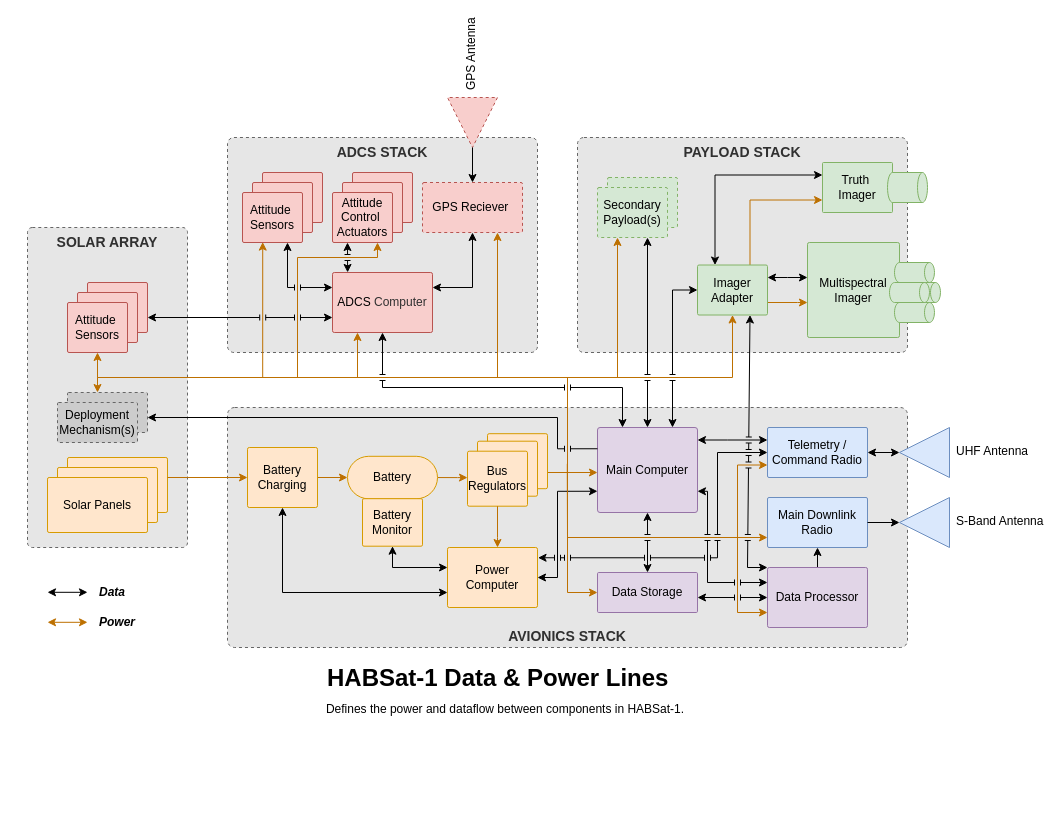
Earlier version of the draw.io diagram page "Flight Element" (2 of 15) of Design_Diagrams/design_diagrams.drawio (mezosauce/CubeCatsSeniorDesign). Source tidied: cells renumbered, new cells numbered last; positions are measured from the earlier drawing's top-left corner, leaving out a move shared by most shapes. Both pictures are drawn from the tidied source at 100%, with x=0, y=0 at pixel (17, 97).
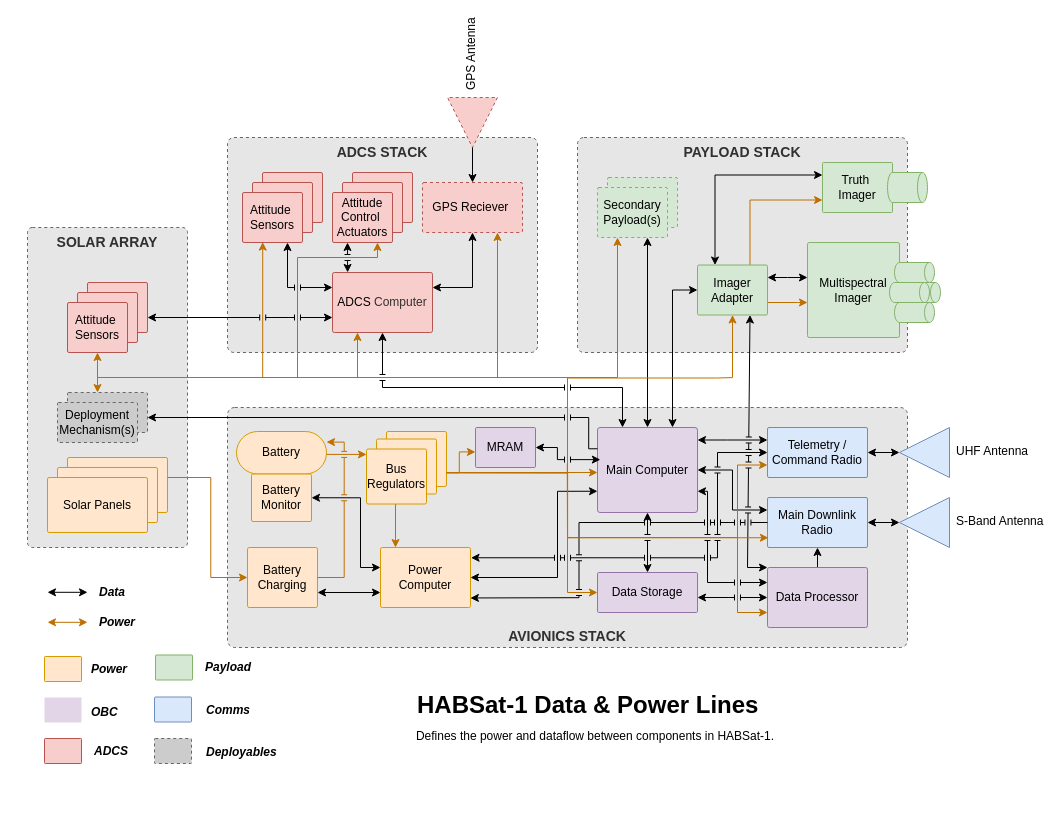
The same page after the edit.

The change refers to these unchanged cells:
```xml
<mxCell id="9" value="Main Computer" style="rounded=1;whiteSpace=wrap;html=1;arcSize=3;fillColor=#e1d5e7;strokeColor=#9673a6;fontFamily=Helvetica;" parent="1" vertex="1">
  <mxGeometry x="580" y="330" width="100" height="85" as="geometry" />
</mxCell>
<mxCell id="10" value="Data Storage" style="rounded=1;whiteSpace=wrap;html=1;arcSize=3;fillColor=#e1d5e7;strokeColor=#9673a6;fontFamily=Helvetica;" parent="1" vertex="1">
  <mxGeometry x="580" y="475" width="100" height="40" as="geometry" />
</mxCell>
<mxCell id="12" value="Main Downlink Radio" style="rounded=1;whiteSpace=wrap;html=1;arcSize=3;fillColor=#dae8fc;strokeColor=#6c8ebf;fontFamily=Helvetica;" parent="1" vertex="1">
  <mxGeometry x="750" y="400" width="100" height="50" as="geometry" />
</mxCell>
<mxCell id="19" value="Attitude&amp;nbsp;&lt;div&gt;Sensors&lt;/div&gt;" style="rounded=1;whiteSpace=wrap;html=1;arcSize=3;fillColor=#f8cecc;strokeColor=#b85450;fontFamily=Helvetica;" parent="16" vertex="1">
  <mxGeometry y="20" width="60" height="50" as="geometry" />
</mxCell>
<mxCell id="23" value="Attitude Control&amp;nbsp;&lt;div&gt;Actuators&lt;/div&gt;" style="rounded=1;whiteSpace=wrap;html=1;arcSize=3;fillColor=#f8cecc;strokeColor=#b85450;fontFamily=Helvetica;" parent="20" vertex="1">
  <mxGeometry y="20" width="60" height="50" as="geometry" />
</mxCell>
<mxCell id="30" style="rounded=1;whiteSpace=wrap;html=1;arcSize=3;fillColor=#ffe6cc;strokeColor=#d79b00;fontFamily=Helvetica;" parent="29" vertex="1">
  <mxGeometry x="20" width="100" height="55" as="geometry" />
</mxCell>
<mxCell id="37" value="Secondary Payload(s)" style="rounded=1;whiteSpace=wrap;html=1;arcSize=3;fillColor=#d5e8d4;strokeColor=#82b366;fontFamily=Helvetica;dashed=1;" parent="35" vertex="1">
  <mxGeometry y="10" width="70" height="50" as="geometry" />
</mxCell>
<mxCell id="42" value="Imager Adapter" style="rounded=1;whiteSpace=wrap;html=1;arcSize=3;fillColor=#d5e8d4;strokeColor=#82b366;fontFamily=Helvetica;" parent="1" vertex="1">
  <mxGeometry x="680" y="167.5" width="70" height="50" as="geometry" />
</mxCell>
<mxCell id="47" value="S-Band Antenna" style="verticalLabelPosition=bottom;verticalAlign=top;html=1;shape=mxgraph.basic.acute_triangle;dx=0.5;rotation=-90;horizontal=1;textDirection=vertical-rl;fillColor=#dae8fc;strokeColor=#6c8ebf;fontFamily=Helvetica;" parent="1" vertex="1">
  <mxGeometry x="882" y="400" width="50" height="50" as="geometry" />
</mxCell>
<mxCell id="76" style="rounded=1;whiteSpace=wrap;html=1;arcSize=3;fillColor=#CCCCCC;strokeColor=#666666;fontFamily=Helvetica;gradientColor=none;dashed=1;" parent="75" vertex="1">
  <mxGeometry x="10" y="20" width="80" height="40" as="geometry" />
</mxCell>
```

Diff of the diagram source:
```diff
@@
     <mxCell id="3" style="rounded=0;whiteSpace=wrap;html=1;strokeColor=none;" parent="1" vertex="1">
-      <mxGeometry y="250" width="10" height="60" as="geometry" />
+      <mxGeometry y="201" width="10" height="60" as="geometry" />
     </mxCell>
@@
+    <mxCell id="108" style="edgeStyle=orthogonalEdgeStyle;rounded=0;jettySize=auto;html=1;exitX=1;exitY=0.5;exitDx=0;exitDy=0;entryX=0;entryY=0.25;entryDx=0;entryDy=0;startArrow=classic;startFill=1;" parent="1" edge="1" source="9" target="12">
+      <mxGeometry relative="1" as="geometry" />
+    </mxCell>
@@
     <mxCell id="13" value="Power Computer" style="rounded=1;whiteSpace=wrap;html=1;arcSize=3;fillColor=#ffe6cc;strokeColor=#d79b00;fontFamily=Helvetica;" parent="1" vertex="1">
-      <mxGeometry x="430" y="450" width="90" height="60" as="geometry" />
+      <mxGeometry x="363" y="450" width="90" height="60" as="geometry" />
     </mxCell>
@@
-    <mxCell id="24" style="edgeStyle=orthogonalEdgeStyle;rounded=0;jettySize=auto;html=1;exitX=1;exitY=0.5;exitDx=0;exitDy=0;entryX=0;entryY=0.5;entryDx=0;entryDy=0;fillColor=#f0a30a;strokeColor=#BD7000;" parent="1" edge="1" source="26" target="28">
-      <mxGeometry relative="1" as="geometry" />
-    </mxCell>
-    <mxCell id="25" style="edgeStyle=orthogonalEdgeStyle;rounded=0;jettySize=auto;html=1;exitX=0.5;exitY=1;exitDx=0;exitDy=0;entryX=0;entryY=0.75;entryDx=0;entryDy=0;startArrow=classic;startFill=1;" parent="1" edge="1" source="26" target="13">
+    <mxCell id="25" style="edgeStyle=orthogonalEdgeStyle;rounded=0;jettySize=auto;html=1;exitX=1;exitY=0.75;exitDx=0;exitDy=0;entryX=0;entryY=0.75;entryDx=0;entryDy=0;startArrow=classic;startFill=1;" parent="1" edge="1" source="26" target="13">
       <mxGeometry relative="1" as="geometry" />
     </mxCell>
     <mxCell id="26" value="Battery Charging" style="rounded=1;whiteSpace=wrap;html=1;arcSize=3;fillColor=#ffe6cc;strokeColor=#d79b00;fontFamily=Helvetica;" parent="1" vertex="1">
-      <mxGeometry x="230" y="350" width="70" height="60" as="geometry" />
+      <mxGeometry x="230" y="450" width="70" height="60" as="geometry" />
     </mxCell>
     <mxCell id="27" style="edgeStyle=orthogonalEdgeStyle;rounded=0;jettySize=auto;html=1;exitX=1;exitY=0.5;exitDx=0;exitDy=0;fillColor=#f0a30a;strokeColor=#BD7000;" parent="1" edge="1" source="28" target="88">
-      <mxGeometry relative="1" as="geometry">
+      <mxGeometry x="-0.44" relative="1" as="geometry">
         <Array as="points">
-          <mxPoint x="440" y="380" />
-          <mxPoint x="440" y="380" />
+          <mxPoint x="309" y="356.9" />
         </Array>
       </mxGeometry>
     </mxCell>
-    <mxCell id="28" value="Battery" style="rounded=1;whiteSpace=wrap;html=1;arcSize=50;fillColor=#ffe6cc;strokeColor=#d79b00;fontFamily=Helvetica;" parent="1" vertex="1">
-      <mxGeometry x="330" y="358.8" width="90" height="42.5" as="geometry" />
-    </mxCell>
@@
-    <mxCell id="33" style="edgeStyle=orthogonalEdgeStyle;rounded=0;jettySize=auto;html=1;exitX=0.5;exitY=1;exitDx=0;exitDy=0;startArrow=classic;startFill=1;" parent="1" edge="1" source="34" target="13">
+    <mxCell id="33" style="edgeStyle=orthogonalEdgeStyle;rounded=0;jettySize=auto;html=1;exitX=1;exitY=0.5;exitDx=0;exitDy=0;startArrow=classic;startFill=1;" parent="1" edge="1" source="34" target="13">
       <mxGeometry relative="1" as="geometry">
         <Array as="points">
-          <mxPoint x="375" y="470" />
+          <mxPoint x="343" y="400.3" />
+          <mxPoint x="343" y="470" />
         </Array>
       </mxGeometry>
     </mxCell>
-    <mxCell id="34" value="Battery Monitor" style="rounded=1;whiteSpace=wrap;html=1;arcSize=3;fillColor=#ffe6cc;strokeColor=#d79b00;fontFamily=Helvetica;" parent="1" vertex="1">
-      <mxGeometry x="345" y="401.2" width="60" height="47.5" as="geometry" />
-    </mxCell>
@@
-    <mxCell id="55" style="edgeStyle=orthogonalEdgeStyle;rounded=0;jettySize=auto;html=1;exitX=1;exitY=0.5;exitDx=0;exitDy=0;entryX=0;entryY=0;entryDx=25;entryDy=0;entryPerimeter=0;startArrow=none;startFill=0;" parent="1" edge="1" source="12" target="47">
+    <mxCell id="55" style="edgeStyle=orthogonalEdgeStyle;rounded=0;jettySize=auto;html=1;exitX=1;exitY=0.5;exitDx=0;exitDy=0;entryX=0;entryY=0;entryDx=25;entryDy=0;entryPerimeter=0;startArrow=classic;startFill=1;" parent="1" edge="1" source="12" target="47">
       <mxGeometry relative="1" as="geometry" />
     </mxCell>
-    <mxCell id="56" style="edgeStyle=orthogonalEdgeStyle;rounded=0;jettySize=auto;html=1;exitX=1;exitY=0.5;exitDx=0;exitDy=0;strokeWidth=1;strokeColor=#BD7000;fillColor=#f0a30a;" parent="1" edge="1" source="87" target="9">
+    <mxCell id="56" style="edgeStyle=orthogonalEdgeStyle;rounded=0;jettySize=auto;html=1;strokeWidth=1;strokeColor=#BD7000;fillColor=#f0a30a;" parent="1" edge="1" target="9">
       <mxGeometry relative="1" as="geometry">
+        <mxPoint x="509.7" y="375" as="sourcePoint" />
         <Array as="points">
           <mxPoint x="550" y="375" />
           <mxPoint x="550" y="375" />
         </Array>
       </mxGeometry>
     </mxCell>
-    <mxCell id="57" style="edgeStyle=orthogonalEdgeStyle;rounded=0;jettySize=auto;html=1;entryX=0;entryY=0.5;entryDx=0;entryDy=0;exitX=1;exitY=0.5;exitDx=0;exitDy=0;strokeColor=#BD7000;fillColor=#f0a30a;strokeWidth=1;jumpStyle=none;" parent="1" edge="1" source="87" target="10">
+    <mxCell id="57" style="edgeStyle=orthogonalEdgeStyle;rounded=0;jettySize=auto;html=1;entryX=0;entryY=0.5;entryDx=0;entryDy=0;strokeColor=#BD7000;fillColor=#f0a30a;strokeWidth=1;jumpStyle=none;" parent="1" edge="1" target="10">
       <mxGeometry relative="1" as="geometry">
+        <mxPoint x="449.6" y="375" as="sourcePoint" />
         <Array as="points">
           <mxPoint x="520" y="375" />
           <mxPoint x="550" y="375" />
           <mxPoint x="550" y="495" />
         </Array>
       </mxGeometry>
     </mxCell>
-    <mxCell id="58" style="edgeStyle=orthogonalEdgeStyle;rounded=0;jettySize=auto;html=1;exitX=1;exitY=0.5;exitDx=0;exitDy=0;entryX=0.75;entryY=1;entryDx=0;entryDy=0;strokeColor=#BD7000;strokeWidth=1;fillColor=#f0a30a;" parent="1" edge="1" source="87" target="23">
-      <mxGeometry relative="1" as="geometry">
+    <mxCell id="58" style="edgeStyle=orthogonalEdgeStyle;rounded=0;jettySize=auto;html=1;entryX=0.75;entryY=1;entryDx=0;entryDy=0;strokeColor=#BD7000;strokeWidth=1;fillColor=#f0a30a;" parent="1" edge="1" target="23">
+      <mxGeometry x="-0.05" relative="1" as="geometry">
+        <mxPoint x="443.7" y="375" as="sourcePoint" />
         <Array as="points">
           <mxPoint x="520" y="375" />
           <mxPoint x="550" y="375" />
           <mxPoint x="550" y="280" />
           <mxPoint x="280" y="280" />
           <mxPoint x="280" y="160" />
           <mxPoint x="360" y="160" />
         </Array>
       </mxGeometry>
     </mxCell>
-    <mxCell id="59" style="edgeStyle=orthogonalEdgeStyle;rounded=0;jettySize=auto;html=1;exitX=1;exitY=0.5;exitDx=0;exitDy=0;entryX=0.337;entryY=0.992;entryDx=0;entryDy=0;strokeColor=#BD7000;strokeWidth=1;fillColor=#f0a30a;entryPerimeter=0;" parent="1" edge="1" source="87" target="19">
+    <mxCell id="59" style="edgeStyle=orthogonalEdgeStyle;rounded=0;jettySize=auto;html=1;entryX=0.337;entryY=0.992;entryDx=0;entryDy=0;strokeColor=#BD7000;strokeWidth=1;fillColor=#f0a30a;entryPerimeter=0;" parent="1" edge="1" target="19">
       <mxGeometry relative="1" as="geometry">
+        <mxPoint x="498.7" y="375" as="sourcePoint" />
         <Array as="points">
           <mxPoint x="520" y="375" />
           <mxPoint x="550" y="375" />
           <mxPoint x="550" y="280" />
           <mxPoint x="245.2" y="280" />
         </Array>
       </mxGeometry>
     </mxCell>
-    <mxCell id="60" style="edgeStyle=orthogonalEdgeStyle;rounded=0;jettySize=auto;html=1;exitX=1;exitY=0.5;exitDx=0;exitDy=0;strokeColor=#BD7000;strokeWidth=1;fillColor=#f0a30a;" parent="1" edge="1" source="87" target="37">
+    <mxCell id="60" style="edgeStyle=orthogonalEdgeStyle;rounded=0;jettySize=auto;html=1;exitX=1;exitY=0.5;exitDx=0;exitDy=0;strokeColor=#BD7000;strokeWidth=1;fillColor=#f0a30a;" parent="1" edge="1" target="37">
       <mxGeometry relative="1" as="geometry">
+        <mxPoint x="423" y="359" as="sourcePoint" />
         <Array as="points">
           <mxPoint x="550" y="375" />
           <mxPoint x="550" y="280" />
           <mxPoint x="600" y="280" />
         </Array>
       </mxGeometry>
     </mxCell>
-    <mxCell id="61" style="edgeStyle=orthogonalEdgeStyle;rounded=0;jettySize=auto;html=1;entryX=0.5;entryY=1;entryDx=0;entryDy=0;strokeColor=#BD7000;strokeWidth=1;fillColor=#f0a30a;" parent="1" edge="1" source="87" target="42">
-      <mxGeometry relative="1" as="geometry">
-        <Array as="points">
-          <mxPoint x="550" y="375" />
-          <mxPoint x="550" y="280" />
-          <mxPoint x="715" y="280" />
-        </Array>
-      </mxGeometry>
-    </mxCell>
@@
-    <mxCell id="67" style="edgeStyle=orthogonalEdgeStyle;rounded=0;jettySize=auto;html=1;fillColor=#f0a30a;strokeColor=#BD7000;" parent="1" edge="1" source="30" target="26">
-      <mxGeometry relative="1" as="geometry">
-        <Array as="points">
-          <mxPoint x="170" y="380" />
-          <mxPoint x="170" y="380" />
-        </Array>
-      </mxGeometry>
-    </mxCell>
-    <mxCell id="68" style="edgeStyle=orthogonalEdgeStyle;rounded=0;jettySize=auto;html=1;exitX=1;exitY=0.5;exitDx=0;exitDy=0;fillColor=#f0a30a;strokeColor=#BD7000;" parent="1" edge="1" source="87" target="12">
-      <mxGeometry relative="1" as="geometry">
-        <Array as="points">
-          <mxPoint x="550" y="375" />
-          <mxPoint x="550" y="440" />
-        </Array>
-      </mxGeometry>
-    </mxCell>
@@
-    <mxCell id="78" style="edgeStyle=orthogonalEdgeStyle;rounded=0;jettySize=auto;html=1;exitX=1;exitY=0.5;exitDx=0;exitDy=0;fillColor=#f0a30a;strokeColor=#BD7000;" parent="1" edge="1" source="87" target="76">
-      <mxGeometry relative="1" as="geometry">
+    <mxCell id="78" style="edgeStyle=orthogonalEdgeStyle;rounded=0;jettySize=auto;html=1;fillColor=#f0a30a;strokeColor=#BD7000;exitX=1;exitY=0.5;exitDx=0;exitDy=0;" parent="1" edge="1" source="86" target="76">
+      <mxGeometry x="-0.39" relative="1" as="geometry">
         <Array as="points">
+          <mxPoint x="429" y="375" />
           <mxPoint x="550" y="375" />
           <mxPoint x="550" y="280" />
           <mxPoint x="80" y="280" />
         </Array>
       </mxGeometry>
     </mxCell>
     <mxCell id="79" style="edgeStyle=orthogonalEdgeStyle;rounded=0;jettySize=auto;html=1;exitX=0;exitY=0.25;exitDx=0;exitDy=0;jumpStyle=line;" parent="1" edge="1" source="9" target="76">
       <mxGeometry relative="1" as="geometry">
         <Array as="points">
-          <mxPoint x="540" y="351" />
-          <mxPoint x="540" y="320" />
+          <mxPoint x="571.2" y="351.3" />
+          <mxPoint x="571.2" y="320" />
         </Array>
       </mxGeometry>
     </mxCell>
@@
-    <mxCell id="85" style="group;" parent="1" vertex="1">
-      <mxGeometry x="450" y="336.2" width="80" height="72.5" as="geometry" />
-    </mxCell>
-    <mxCell id="86" style="rounded=1;whiteSpace=wrap;html=1;arcSize=3;fillColor=#ffe6cc;strokeColor=#d79b00;fontFamily=Helvetica;" parent="85" vertex="1">
-      <mxGeometry x="20" width="60" height="55" as="geometry" />
-    </mxCell>
-    <mxCell id="87" style="rounded=1;whiteSpace=wrap;html=1;arcSize=3;fillColor=#ffe6cc;strokeColor=#d79b00;fontFamily=Helvetica;" parent="85" vertex="1">
-      <mxGeometry x="10" y="7.5" width="60" height="55" as="geometry" />
-    </mxCell>
-    <mxCell id="88" value="Bus Regulators" style="rounded=1;whiteSpace=wrap;html=1;arcSize=3;fillColor=#ffe6cc;strokeColor=#d79b00;fontFamily=Helvetica;" parent="85" vertex="1">
-      <mxGeometry y="17.5" width="60" height="55" as="geometry" />
-    </mxCell>
@@
     <mxCell id="93" style="edgeStyle=orthogonalEdgeStyle;rounded=0;jettySize=auto;html=1;exitX=0.5;exitY=1;exitDx=0;exitDy=0;fillColor=#f0a30a;strokeColor=#BD7000;" parent="1" edge="1" source="88" target="13">
-      <mxGeometry relative="1" as="geometry">
+      <mxGeometry x="-0.12" relative="1" as="geometry">
         <Array as="points">
-          <mxPoint x="480" y="440" />
-          <mxPoint x="480" y="440" />
+          <mxPoint x="378" y="406.5" />
         </Array>
       </mxGeometry>
     </mxCell>
@@
     <mxCell id="105" style="group;" parent="1" vertex="1">
-      <mxGeometry x="248" y="560" width="480" height="120" as="geometry" />
+      <mxGeometry x="338" y="587" width="480" height="120" as="geometry" />
     </mxCell>
@@
+    <mxCell id="109" style="rounded=1;whiteSpace=wrap;html=1;arcSize=3;fillColor=#ffe6cc;strokeColor=#d79b00;fontFamily=Helvetica;" parent="1" vertex="1">
+      <mxGeometry x="27" y="559" width="37" height="25" as="geometry" />
+    </mxCell>
+    <mxCell id="110" style="rounded=1;whiteSpace=wrap;html=1;arcSize=3;fillColor=#e1d5e7;strokeColor=none;fontFamily=Helvetica;" parent="1" vertex="1">
+      <mxGeometry x="27" y="600" width="37" height="25" as="geometry" />
+    </mxCell>
+    <mxCell id="111" style="rounded=1;whiteSpace=wrap;html=1;arcSize=3;fillColor=#f8cecc;strokeColor=#b85450;fontFamily=Helvetica;" parent="1" vertex="1">
+      <mxGeometry x="27" y="641" width="37" height="25" as="geometry" />
+    </mxCell>
+    <mxCell id="112" value="&lt;div&gt;&lt;b&gt;&lt;i&gt;Power&lt;/i&gt;&lt;/b&gt;&lt;/div&gt;" style="text;html=1;align=left;verticalAlign=middle;whiteSpace=wrap;rounded=0;" parent="1" vertex="1">
+      <mxGeometry x="72" y="556.5" width="43" height="30" as="geometry" />
+    </mxCell>
+    <mxCell id="113" value="&lt;div&gt;&lt;b&gt;&lt;i&gt;OBC&lt;/i&gt;&lt;/b&gt;&lt;/div&gt;" style="text;html=1;align=left;verticalAlign=middle;whiteSpace=wrap;rounded=0;" parent="1" vertex="1">
+      <mxGeometry x="71.5" y="600" width="43" height="30" as="geometry" />
+    </mxCell>
+    <mxCell id="114" value="&lt;div&gt;&lt;b&gt;&lt;i&gt;ADCS&lt;/i&gt;&lt;/b&gt;&lt;/div&gt;" style="text;html=1;align=left;verticalAlign=middle;whiteSpace=wrap;rounded=0;" parent="1" vertex="1">
+      <mxGeometry x="75" y="638.5" width="43" height="30" as="geometry" />
+    </mxCell>
+    <mxCell id="115" style="rounded=1;whiteSpace=wrap;html=1;arcSize=3;fillColor=#d5e8d4;strokeColor=#82b366;fontFamily=Helvetica;" parent="1" vertex="1">
+      <mxGeometry x="138" y="557.5" width="37" height="25" as="geometry" />
+    </mxCell>
+    <mxCell id="116" value="&lt;div&gt;&lt;b&gt;&lt;i&gt;Payload&lt;/i&gt;&lt;/b&gt;&lt;/div&gt;" style="text;html=1;align=left;verticalAlign=middle;whiteSpace=wrap;rounded=0;" parent="1" vertex="1">
+      <mxGeometry x="186" y="555" width="43" height="30" as="geometry" />
+    </mxCell>
+    <mxCell id="117" style="rounded=1;whiteSpace=wrap;html=1;arcSize=3;fillColor=#dae8fc;strokeColor=#6c8ebf;fontFamily=Helvetica;" parent="1" vertex="1">
+      <mxGeometry x="137" y="599.5" width="37" height="25" as="geometry" />
+    </mxCell>
+    <mxCell id="118" value="&lt;div&gt;&lt;b&gt;&lt;i&gt;Comms&lt;/i&gt;&lt;/b&gt;&lt;/div&gt;" style="text;html=1;align=left;verticalAlign=middle;whiteSpace=wrap;rounded=0;" parent="1" vertex="1">
+      <mxGeometry x="186.5" y="597.5" width="43" height="30" as="geometry" />
+    </mxCell>
+    <mxCell id="119" style="rounded=1;whiteSpace=wrap;html=1;arcSize=3;fillColor=#CCCCCC;strokeColor=#666666;fontFamily=Helvetica;gradientColor=none;dashed=1;" parent="1" vertex="1">
+      <mxGeometry x="137" y="641" width="37" height="25" as="geometry" />
+    </mxCell>
+    <mxCell id="120" value="&lt;div&gt;&lt;b&gt;&lt;i&gt;Deployables&lt;/i&gt;&lt;/b&gt;&lt;/div&gt;" style="text;html=1;align=left;verticalAlign=middle;whiteSpace=wrap;rounded=0;" parent="1" vertex="1">
+      <mxGeometry x="187" y="640" width="43" height="30" as="geometry" />
+    </mxCell>
+    <mxCell id="121" style="group;" parent="1" vertex="1">
+      <mxGeometry x="219" y="334" width="90" height="90" as="geometry" />
+    </mxCell>
+    <mxCell id="28" value="Battery" style="rounded=1;whiteSpace=wrap;html=1;arcSize=50;fillColor=#ffe6cc;strokeColor=#d79b00;fontFamily=Helvetica;" parent="121" vertex="1">
+      <mxGeometry width="90" height="42.5" as="geometry" />
+    </mxCell>
+    <mxCell id="34" value="Battery Monitor" style="rounded=1;whiteSpace=wrap;html=1;arcSize=3;fillColor=#ffe6cc;strokeColor=#d79b00;fontFamily=Helvetica;" parent="121" vertex="1">
+      <mxGeometry x="15" y="42.5" width="60" height="47.5" as="geometry" />
+    </mxCell>
+    <mxCell id="67" style="edgeStyle=orthogonalEdgeStyle;rounded=0;jettySize=auto;html=1;fillColor=#f0a30a;strokeColor=#BD7000;entryX=0;entryY=0.5;entryDx=0;entryDy=0;" parent="1" edge="1" source="30" target="26">
+      <mxGeometry x="0.02" relative="1" as="geometry">
+        <Array as="points">
+          <mxPoint x="193.3" y="380" />
+          <mxPoint x="193.3" y="480" />
+        </Array>
+      </mxGeometry>
+    </mxCell>
+    <mxCell id="24" style="edgeStyle=orthogonalEdgeStyle;rounded=0;jettySize=auto;html=1;exitX=1;exitY=0.5;exitDx=0;exitDy=0;entryX=1;entryY=0.25;entryDx=0;entryDy=0;fillColor=#f0a30a;strokeColor=#BD7000;jumpStyle=line;" parent="1" edge="1" source="26" target="28">
+      <mxGeometry x="-0.05" relative="1" as="geometry">
+        <Array as="points">
+          <mxPoint x="326.7" y="480" />
+          <mxPoint x="326.7" y="344.6" />
+        </Array>
+      </mxGeometry>
+    </mxCell>
+    <mxCell id="122" style="group;" parent="1" vertex="1">
+      <mxGeometry x="349" y="334" width="80" height="72.5" as="geometry" />
+    </mxCell>
+    <mxCell id="86" style="rounded=1;whiteSpace=wrap;html=1;arcSize=3;fillColor=#ffe6cc;strokeColor=#d79b00;fontFamily=Helvetica;" parent="122" vertex="1">
+      <mxGeometry x="20" width="60" height="55" as="geometry" />
+    </mxCell>
+    <mxCell id="87" style="rounded=1;whiteSpace=wrap;html=1;arcSize=3;fillColor=#ffe6cc;strokeColor=#d79b00;fontFamily=Helvetica;" parent="122" vertex="1">
+      <mxGeometry x="10" y="7.5" width="60" height="55" as="geometry" />
+    </mxCell>
+    <mxCell id="88" value="Bus Regulators" style="rounded=1;whiteSpace=wrap;html=1;arcSize=3;fillColor=#ffe6cc;strokeColor=#d79b00;fontFamily=Helvetica;" parent="122" vertex="1">
+      <mxGeometry y="17.5" width="60" height="55" as="geometry" />
+    </mxCell>
+    <mxCell id="123" style="edgeStyle=orthogonalEdgeStyle;rounded=0;jettySize=auto;html=1;exitX=0;exitY=0.5;exitDx=0;exitDy=0;entryX=0.999;entryY=0.842;entryDx=0;entryDy=0;entryPerimeter=0;jumpStyle=line;" parent="1" edge="1" source="12" target="13">
+      <mxGeometry x="-0.01" relative="1" as="geometry">
+        <Array as="points">
+          <mxPoint x="561.5" y="425" />
+          <mxPoint x="561.5" y="500.2" />
+          <mxPoint x="479.4" y="500.5" />
+        </Array>
+      </mxGeometry>
+    </mxCell>
+    <mxCell id="124" value="MRAM" style="rounded=1;whiteSpace=wrap;html=1;arcSize=3;fillColor=#e1d5e7;strokeColor=#9673a6;fontFamily=Helvetica;" parent="1" vertex="1">
+      <mxGeometry x="458" y="330" width="60" height="40" as="geometry" />
+    </mxCell>
+    <mxCell id="125" style="endArrow=classic;startArrow=classic;html=1;rounded=0;entryX=0.029;entryY=0.378;entryDx=0;entryDy=0;entryPerimeter=0;exitX=1;exitY=0.5;exitDx=0;exitDy=0;edgeStyle=orthogonalEdgeStyle;jumpStyle=line;" parent="1" edge="1" source="124" target="9">
+      <mxGeometry relative="1" as="geometry">
+        <Array as="points">
+          <mxPoint x="539.9" y="350" />
+          <mxPoint x="539.9" y="362.1" />
+        </Array>
+      </mxGeometry>
+    </mxCell>
+    <mxCell id="126" style="edgeStyle=orthogonalEdgeStyle;rounded=0;jettySize=auto;html=1;exitX=1;exitY=0.75;exitDx=0;exitDy=0;entryX=-0.001;entryY=0.611;entryDx=0;entryDy=0;fillColor=#f0a30a;strokeColor=#BD7000;jumpStyle=line;entryPerimeter=0;" parent="1" edge="1" source="86" target="124">
+      <mxGeometry x="0.24" relative="1" as="geometry">
+        <Array as="points">
+          <mxPoint x="441.8" y="375.3" />
+          <mxPoint x="441.8" y="354.4" />
+        </Array>
+      </mxGeometry>
+    </mxCell>
+    <mxCell id="127" style="edgeStyle=orthogonalEdgeStyle;rounded=0;jettySize=auto;html=1;exitX=1;exitY=0.75;exitDx=0;exitDy=0;fillColor=#f0a30a;strokeColor=#BD7000;jumpStyle=none;entryX=0.009;entryY=0.805;entryDx=0;entryDy=0;entryPerimeter=0;" parent="1" edge="1" source="86" target="12">
+      <mxGeometry x="-0.84" relative="1" as="geometry">
+        <Array as="points">
+          <mxPoint x="442" y="375.3" />
+          <mxPoint x="550.1" y="375.5" />
+          <mxPoint x="550.1" y="440.3" />
+        </Array>
+      </mxGeometry>
+    </mxCell>
+    <mxCell id="128" style="edgeStyle=orthogonalEdgeStyle;rounded=0;jettySize=auto;html=1;exitX=1;exitY=0.75;exitDx=0;exitDy=0;fillColor=#f0a30a;strokeColor=#BD7000;jumpStyle=none;entryX=0.5;entryY=1;entryDx=0;entryDy=0;" parent="1" edge="1" source="86" target="42">
+      <mxGeometry x="0.01" relative="1" as="geometry">
+        <Array as="points">
+          <mxPoint x="550" y="375.3" />
+          <mxPoint x="550" y="280.5" />
+          <mxPoint x="699.1" y="280.5" />
+          <mxPoint x="715" y="280.1" />
+        </Array>
+      </mxGeometry>
+    </mxCell>
```
